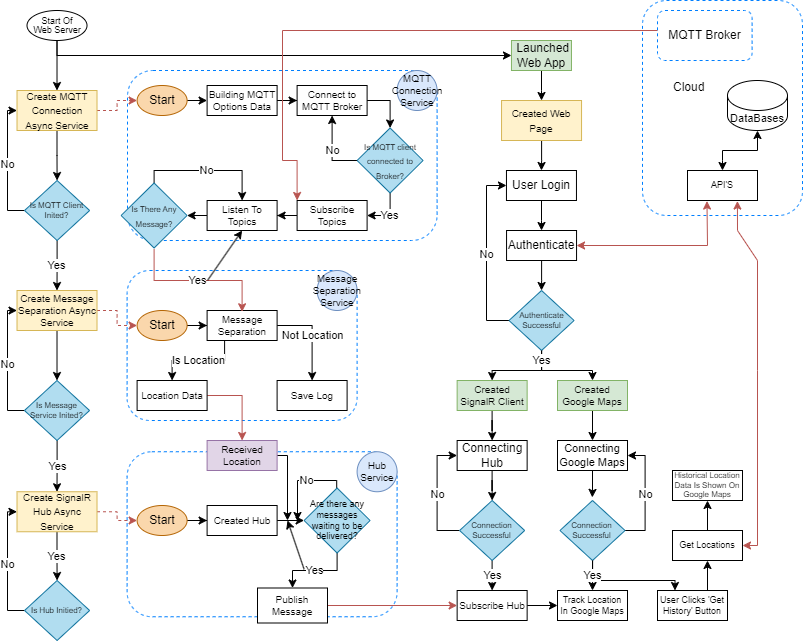
Before: web_app/docs/diagram.png, a diagram exported from draw.io (Mona-Roza/car_tracking). Source tidied: cells renumbered, new cells last; positions are measured from the earlier drawing's top-left corner, leaving out a move shared by most shapes.
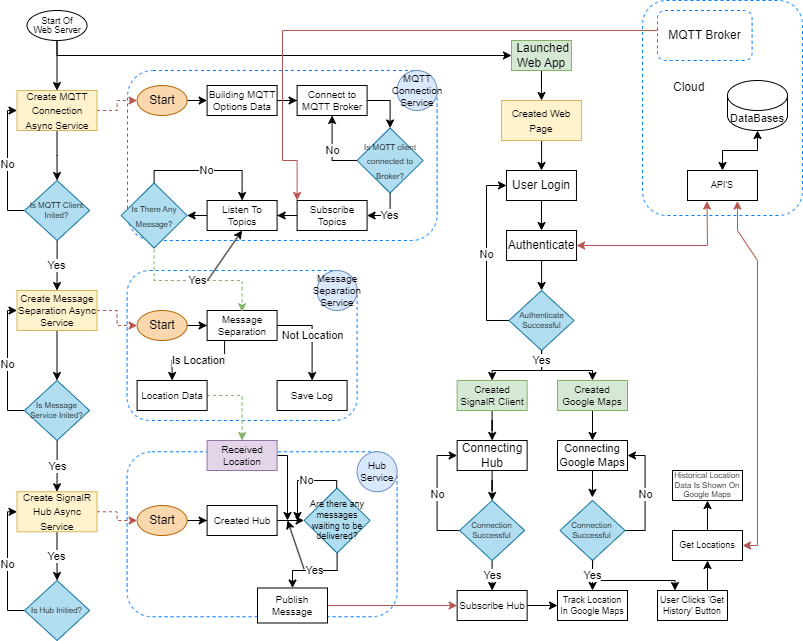
Later version of the same file.

What changed in the source:
```diff
@@ -132,7 +132,7 @@
     <mxCell id="40" value="Message Separation" style="rounded=0;whiteSpace=wrap;html=1;fontSize=10;" parent="1" vertex="1">
       <mxGeometry x="199.6" y="310" width="70" height="30" as="geometry" />
     </mxCell>
-    <mxCell id="41" style="edgeStyle=orthogonalEdgeStyle;rounded=0;jettySize=auto;html=1;exitX=1;exitY=0.5;exitDx=0;exitDy=0;entryX=0.5;entryY=0;entryDx=0;entryDy=0;fillColor=#f8cecc;strokeColor=#b85450;" parent="1" edge="1" source="42" target="48">
+    <mxCell id="41" style="edgeStyle=orthogonalEdgeStyle;rounded=0;jettySize=auto;html=1;exitX=1;exitY=0.5;exitDx=0;exitDy=0;entryX=0.5;entryY=0;entryDx=0;entryDy=0;fillColor=#d5e8d4;strokeColor=#82b366;dashed=1;" parent="1" edge="1" source="42" target="48">
       <mxGeometry relative="1" as="geometry" />
     </mxCell>
     <mxCell id="42" value="Location Data" style="rounded=0;whiteSpace=wrap;html=1;fontSize=10;" parent="1" vertex="1">
@@ -255,7 +255,7 @@
     <mxCell id="72" value="Hub Service" style="ellipse;whiteSpace=wrap;html=1;fillColor=#dae8fc;strokeColor=#6c8ebf;align=center;fontSize=10;" parent="1" vertex="1">
       <mxGeometry x="349.6" y="451.2" width="40" height="40" as="geometry" />
     </mxCell>
-    <mxCell id="73" value="Yes" style="edgeStyle=orthogonalEdgeStyle;rounded=0;orthogonalLoop=1;jettySize=auto;html=1;exitX=0.5;exitY=1;exitDx=0;exitDy=0;fillColor=#f8cecc;strokeColor=#b85450;" parent="1" edge="1">
+    <mxCell id="73" value="Yes" style="edgeStyle=orthogonalEdgeStyle;rounded=0;orthogonalLoop=1;jettySize=auto;html=1;exitX=0.5;exitY=1;exitDx=0;exitDy=0;fillColor=#d5e8d4;strokeColor=#82b366;dashed=1;" parent="1" edge="1">
       <mxGeometry relative="1" as="geometry">
         <mxPoint x="146.6" y="248.7" as="sourcePoint" />
         <mxPoint x="234.6" y="311.3" as="targetPoint" />
```
